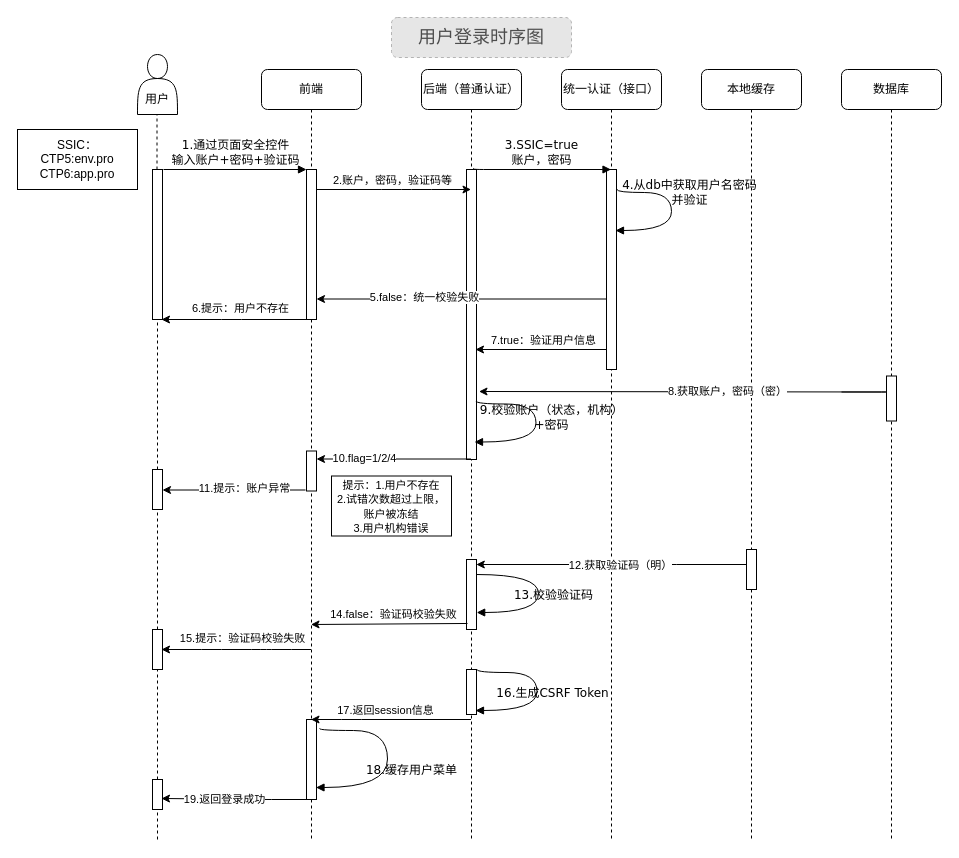
The draw.io diagram Untitled Diagram.drawio in qianxiaomai0316/TortoiseGitTest, before the edit. Source tidied: cells renumbered, new cells numbered last; positions are measured from the earlier drawing's top-left corner, leaving out a move shared by most shapes. Both pictures are drawn from the tidied source at 100%, with x=0, y=0 at pixel (17, 17).
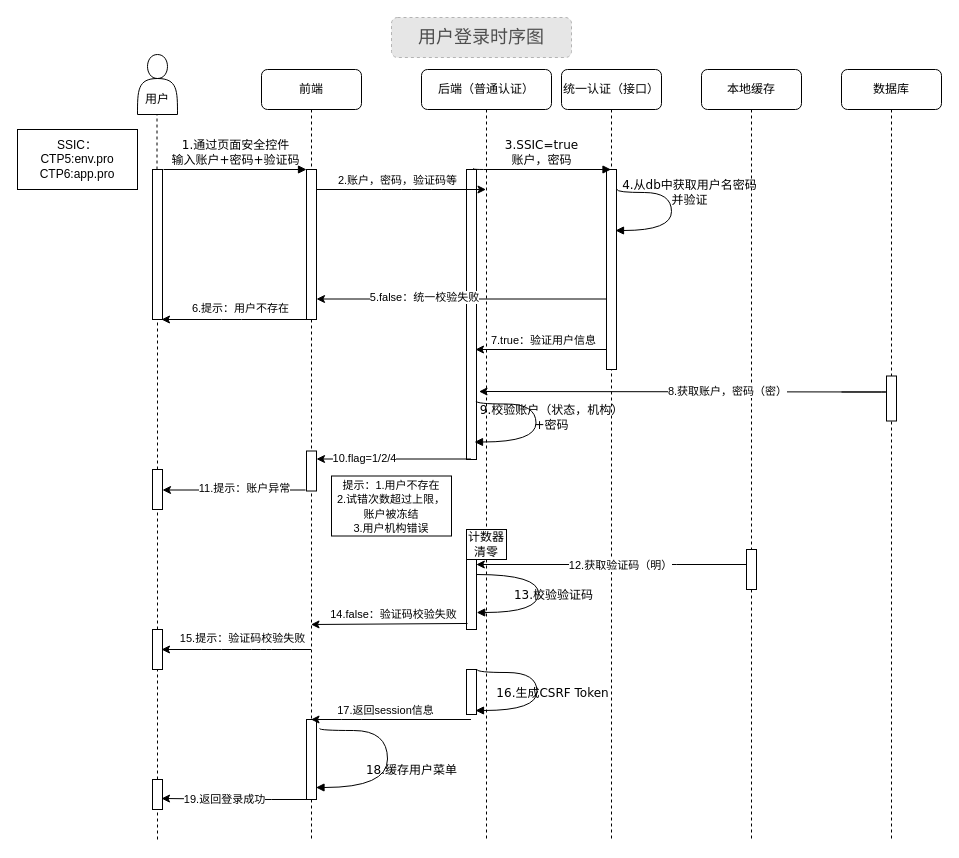
The same diagram, later.

Diff of the diagram source:
```diff
@@
     <mxCell id="6" value="后端（普通认证）" style="shape=umlLifeline;perimeter=lifelinePerimeter;whiteSpace=wrap;html=1;outlineConnect=0;rounded=1;shadow=0;comic=0;labelBackgroundColor=none;strokeWidth=1;fontFamily=Verdana;fontSize=12;align=center;" parent="1" vertex="1">
-      <mxGeometry x="404" y="52" width="100" height="770" as="geometry" />
+      <mxGeometry x="404" y="52" width="130" height="770" as="geometry" />
     </mxCell>
@@
+    <mxCell id="60" value="计数器清零" style="rounded=0;whiteSpace=wrap;html=1;" parent="6" vertex="1">
+      <mxGeometry x="45" y="460" width="40" height="30" as="geometry" />
+    </mxCell>
```
